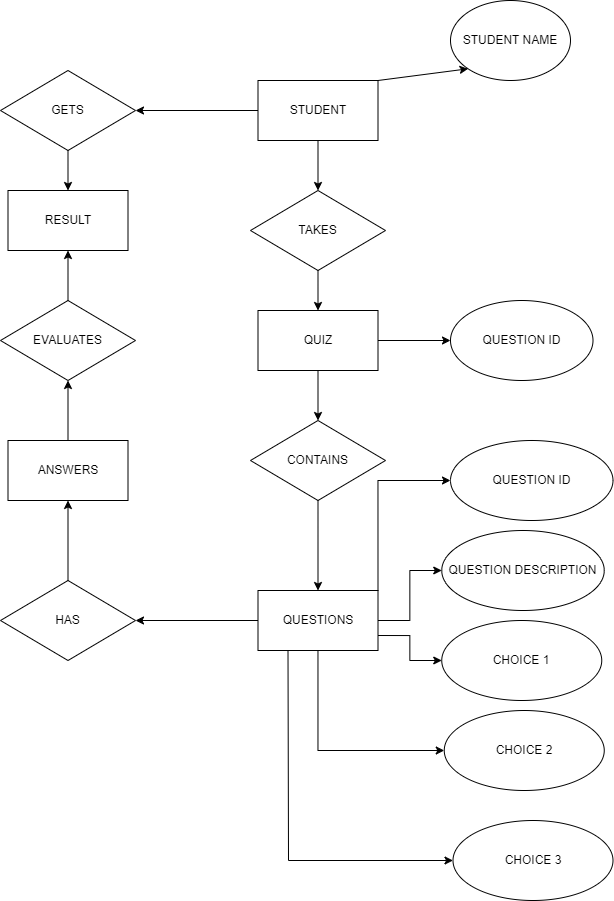
This is Diagram/ERD.drawio.png from prathamjc/FINALPROJECT, a draw.io export, as it was before one commit. Source tidied: cells renumbered, new cells last; positions are measured from the earlier drawing's top-left corner, leaving out a move shared by most shapes.
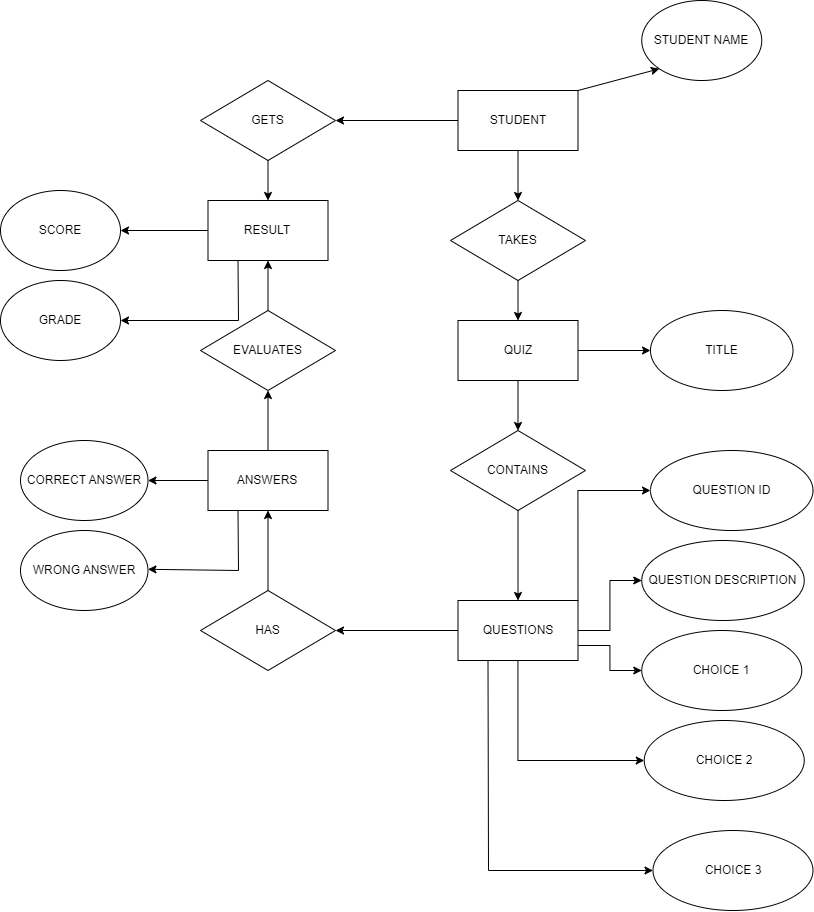
After the commit.

The edit, as a diff of the source:
```diff
@@ -39,6 +39,9 @@
     <mxCell id="12" value="HAS" style="rhombus;whiteSpace=wrap;html=1;" parent="1" vertex="1">
       <mxGeometry y="580" width="135" height="80" as="geometry" />
     </mxCell>
+    <mxCell id="36" style="edgeStyle=orthogonalEdgeStyle;rounded=0;jettySize=auto;html=1;" parent="1" edge="1" source="13" target="37">
+      <mxGeometry relative="1" as="geometry" />
+    </mxCell>
     <mxCell id="13" value="ANSWERS" style="rounded=0;whiteSpace=wrap;html=1;" parent="1" vertex="1">
       <mxGeometry x="7.5" y="440" width="120" height="60" as="geometry" />
     </mxCell>
@@ -82,12 +85,12 @@
       <mxGeometry relative="1" as="geometry" />
     </mxCell>
     <mxCell id="27" value="STUDENT NAME" style="ellipse;whiteSpace=wrap;html=1;" parent="1" vertex="1">
-      <mxGeometry x="450" width="120" height="80" as="geometry" />
+      <mxGeometry x="441.2" y="-10" width="120" height="80" as="geometry" />
     </mxCell>
     <mxCell id="28" style="endArrow=classic;html=1;rounded=0;entryX=0;entryY=1;entryDx=0;entryDy=0;exitX=1;exitY=0;exitDx=0;exitDy=0;" parent="1" edge="1" source="2" target="27">
       <mxGeometry relative="1" as="geometry" />
     </mxCell>
-    <mxCell id="29" value="QUESTION ID" style="ellipse;whiteSpace=wrap;html=1;rounded=0;" parent="1" vertex="1">
+    <mxCell id="29" value="TITLE" style="ellipse;whiteSpace=wrap;html=1;rounded=0;" parent="1" vertex="1">
       <mxGeometry x="450" y="300" width="142.5" height="80" as="geometry" />
     </mxCell>
     <mxCell id="30" value="QUESTION ID" style="ellipse;whiteSpace=wrap;html=1;rounded=0;" parent="1" vertex="1">
@@ -112,5 +115,34 @@
         </Array>
       </mxGeometry>
     </mxCell>
+    <mxCell id="37" value="CORRECT ANSWER" style="ellipse;whiteSpace=wrap;html=1;rounded=0;" parent="1" vertex="1">
+      <mxGeometry x="-180" y="430" width="127.5" height="80" as="geometry" />
+    </mxCell>
+    <mxCell id="38" value="WRONG ANSWER" style="ellipse;whiteSpace=wrap;html=1;rounded=0;" parent="1" vertex="1">
+      <mxGeometry x="-180" y="520" width="127.5" height="80" as="geometry" />
+    </mxCell>
+    <mxCell id="39" style="endArrow=classic;html=1;rounded=0;exitX=0.25;exitY=1;exitDx=0;exitDy=0;" parent="1" edge="1" source="13" target="38">
+      <mxGeometry relative="1" as="geometry">
+        <Array as="points">
+          <mxPoint x="38" y="560" />
+        </Array>
+      </mxGeometry>
+    </mxCell>
+    <mxCell id="40" value="SCORE" style="ellipse;whiteSpace=wrap;html=1;" parent="1" vertex="1">
+      <mxGeometry x="-200" y="180" width="120" height="80" as="geometry" />
+    </mxCell>
+    <mxCell id="41" value="GRADE" style="ellipse;whiteSpace=wrap;html=1;" parent="1" vertex="1">
+      <mxGeometry x="-200" y="270" width="120" height="80" as="geometry" />
+    </mxCell>
+    <mxCell id="42" style="endArrow=classic;html=1;rounded=0;entryX=1;entryY=0.5;entryDx=0;entryDy=0;exitX=0;exitY=0.5;exitDx=0;exitDy=0;" parent="1" edge="1" source="15" target="40">
+      <mxGeometry relative="1" as="geometry" />
+    </mxCell>
+    <mxCell id="43" style="endArrow=classic;html=1;rounded=0;entryX=1;entryY=0.5;entryDx=0;entryDy=0;exitX=0.25;exitY=1;exitDx=0;exitDy=0;" parent="1" edge="1" source="15" target="41">
+      <mxGeometry relative="1" as="geometry">
+        <Array as="points">
+          <mxPoint x="38" y="310" />
+        </Array>
+      </mxGeometry>
+    </mxCell>
   </root>
 </mxGraphModel>
```
